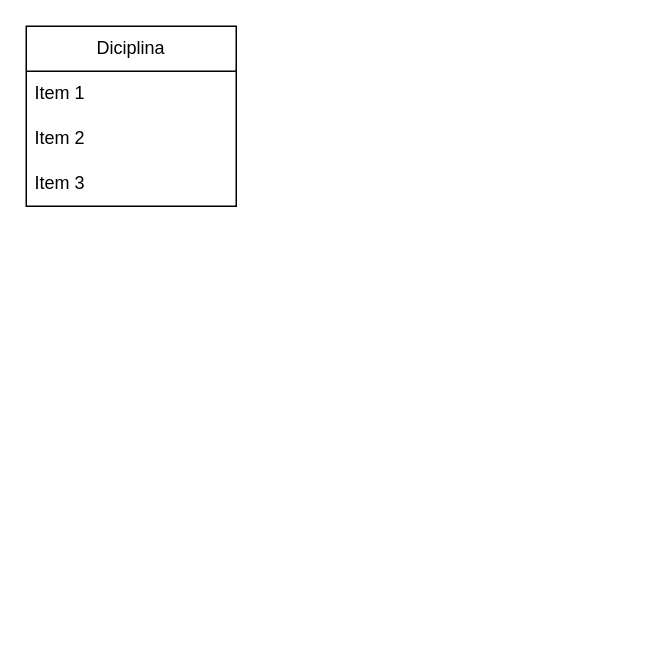
The draw.io diagram page "Página-4" (4 of 4) of porva pt 2.drawio in livramos/Modelagem-de-Dados-, before the edit. Source tidied: cells renumbered, new cells numbered last; positions are measured from the earlier drawing's top-left corner, leaving out a move shared by most shapes. Both pictures are drawn from the tidied source at 150%, with x=0, y=0 at pixel (26, 26).
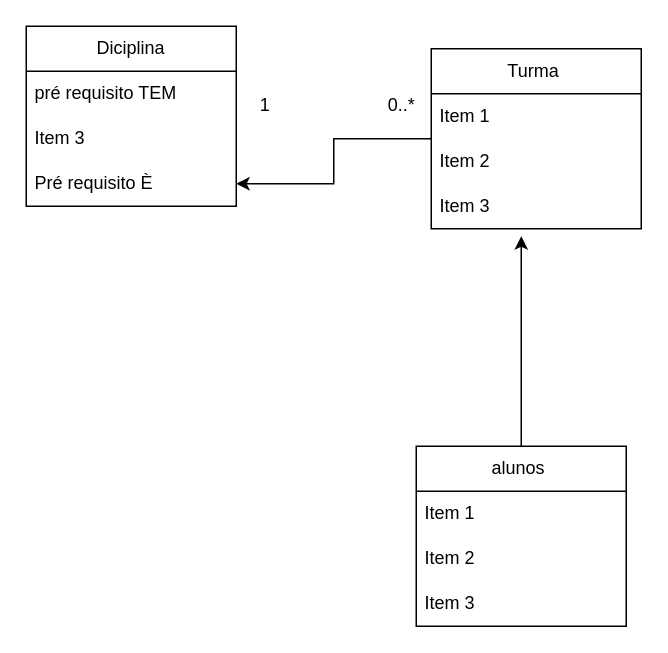
The same diagram, later.

Change to the diagram source:
```diff
@@
 <mxGraphModel>
   <root>
     <mxCell id="0" />
     <mxCell id="1" parent="0" />
     <mxCell id="2" value="Diciplina" style="swimlane;fontStyle=0;horizontal=1;startSize=30;whiteSpace=wrap;html=1;" parent="1" vertex="1">
       <mxGeometry width="140" height="120" as="geometry" />
     </mxCell>
-    <mxCell id="3" value="Item 1" style="text;strokeColor=none;fillColor=none;align=left;verticalAlign=middle;spacingLeft=4;spacingRight=4;overflow=hidden;whiteSpace=wrap;html=1;" parent="2" vertex="1">
+    <mxCell id="3" value="pré requisito TEM" style="text;strokeColor=none;fillColor=none;align=left;verticalAlign=middle;spacingLeft=4;spacingRight=4;overflow=hidden;whiteSpace=wrap;html=1;" parent="2" vertex="1">
       <mxGeometry y="30" width="140" height="30" as="geometry" />
     </mxCell>
+    <mxCell id="5" value="Item 3" style="text;strokeColor=none;fillColor=none;align=left;verticalAlign=middle;spacingLeft=4;spacingRight=4;overflow=hidden;whiteSpace=wrap;html=1;" parent="2" vertex="1">
+      <mxGeometry y="60" width="140" height="30" as="geometry" />
+    </mxCell>
-    <mxCell id="4" value="Item 2" style="text;strokeColor=none;fillColor=none;align=left;verticalAlign=middle;spacingLeft=4;spacingRight=4;overflow=hidden;points=[[0,0.5],[1,0.5]];portConstraint=eastwest;whiteSpace=wrap;html=1;" parent="2" vertex="1">
-      <mxGeometry y="60" width="140" height="30" as="geometry" />
+    <mxCell id="4" value="Pré requisito È" style="text;strokeColor=none;fillColor=none;align=left;verticalAlign=middle;spacingLeft=4;spacingRight=4;overflow=hidden;points=[[0,0.5],[1,0.5]];portConstraint=eastwest;whiteSpace=wrap;html=1;" parent="2" vertex="1">
+      <mxGeometry y="90" width="140" height="30" as="geometry" />
     </mxCell>
-    <mxCell id="5" value="Item 3" style="text;strokeColor=none;fillColor=none;align=left;verticalAlign=middle;spacingLeft=4;spacingRight=4;overflow=hidden;whiteSpace=wrap;html=1;" parent="2" vertex="1">
-      <mxGeometry y="90" width="140" height="30" as="geometry" />
-    </mxCell>
+    <mxCell id="6" style="edgeStyle=orthogonalEdgeStyle;rounded=0;jettySize=auto;html=1;entryX=1;entryY=0.5;entryDx=0;entryDy=0;" parent="1" edge="1" source="7" target="4">
+      <mxGeometry relative="1" as="geometry" />
+    </mxCell>
+    <mxCell id="7" value="Turma&amp;nbsp;" style="swimlane;fontStyle=0;horizontal=1;startSize=30;whiteSpace=wrap;html=1;" parent="1" vertex="1">
+      <mxGeometry x="270" y="15" width="140" height="120" as="geometry" />
+    </mxCell>
+    <mxCell id="8" value="Item 1" style="text;strokeColor=none;fillColor=none;align=left;verticalAlign=middle;spacingLeft=4;spacingRight=4;overflow=hidden;whiteSpace=wrap;html=1;" parent="7" vertex="1">
+      <mxGeometry y="30" width="140" height="30" as="geometry" />
+    </mxCell>
+    <mxCell id="9" value="Item 2" style="text;strokeColor=none;fillColor=none;align=left;verticalAlign=middle;spacingLeft=4;spacingRight=4;overflow=hidden;whiteSpace=wrap;html=1;" parent="7" vertex="1">
+      <mxGeometry y="60" width="140" height="30" as="geometry" />
+    </mxCell>
+    <mxCell id="10" value="Item 3" style="text;strokeColor=none;fillColor=none;align=left;verticalAlign=middle;spacingLeft=4;spacingRight=4;overflow=hidden;whiteSpace=wrap;html=1;" parent="7" vertex="1">
+      <mxGeometry y="90" width="140" height="30" as="geometry" />
+    </mxCell>
+    <mxCell id="11" value="0..*" style="text;html=1;align=center;verticalAlign=middle;strokeColor=none;fillColor=none;" parent="1" vertex="1">
+      <mxGeometry x="230" y="38" width="40" height="30" as="geometry" />
+    </mxCell>
+    <mxCell id="12" value="1" style="text;html=1;align=center;verticalAlign=middle;strokeColor=none;fillColor=none;" parent="1" vertex="1">
+      <mxGeometry x="144" y="38" width="30" height="30" as="geometry" />
+    </mxCell>
+    <mxCell id="13" style="edgeStyle=orthogonalEdgeStyle;rounded=0;jettySize=auto;html=1;" parent="1" edge="1" source="14">
+      <mxGeometry relative="1" as="geometry">
+        <mxPoint x="330" y="140" as="targetPoint" />
+      </mxGeometry>
+    </mxCell>
+    <mxCell id="14" value="alunos&amp;nbsp;" style="swimlane;fontStyle=0;horizontal=1;startSize=30;whiteSpace=wrap;html=1;" parent="1" vertex="1">
+      <mxGeometry x="260" y="280" width="140" height="120" as="geometry" />
+    </mxCell>
+    <mxCell id="15" value="Item 1" style="text;strokeColor=none;fillColor=none;align=left;verticalAlign=middle;spacingLeft=4;spacingRight=4;overflow=hidden;whiteSpace=wrap;html=1;" parent="14" vertex="1">
+      <mxGeometry y="30" width="140" height="30" as="geometry" />
+    </mxCell>
+    <mxCell id="16" value="Item 2" style="text;strokeColor=none;fillColor=none;align=left;verticalAlign=middle;spacingLeft=4;spacingRight=4;overflow=hidden;whiteSpace=wrap;html=1;" parent="14" vertex="1">
+      <mxGeometry y="60" width="140" height="30" as="geometry" />
+    </mxCell>
+    <mxCell id="17" value="Item 3" style="text;strokeColor=none;fillColor=none;align=left;verticalAlign=middle;spacingLeft=4;spacingRight=4;overflow=hidden;whiteSpace=wrap;html=1;" parent="14" vertex="1">
+      <mxGeometry y="90" width="140" height="30" as="geometry" />
+    </mxCell>
   </root>
 </mxGraphModel>
```
